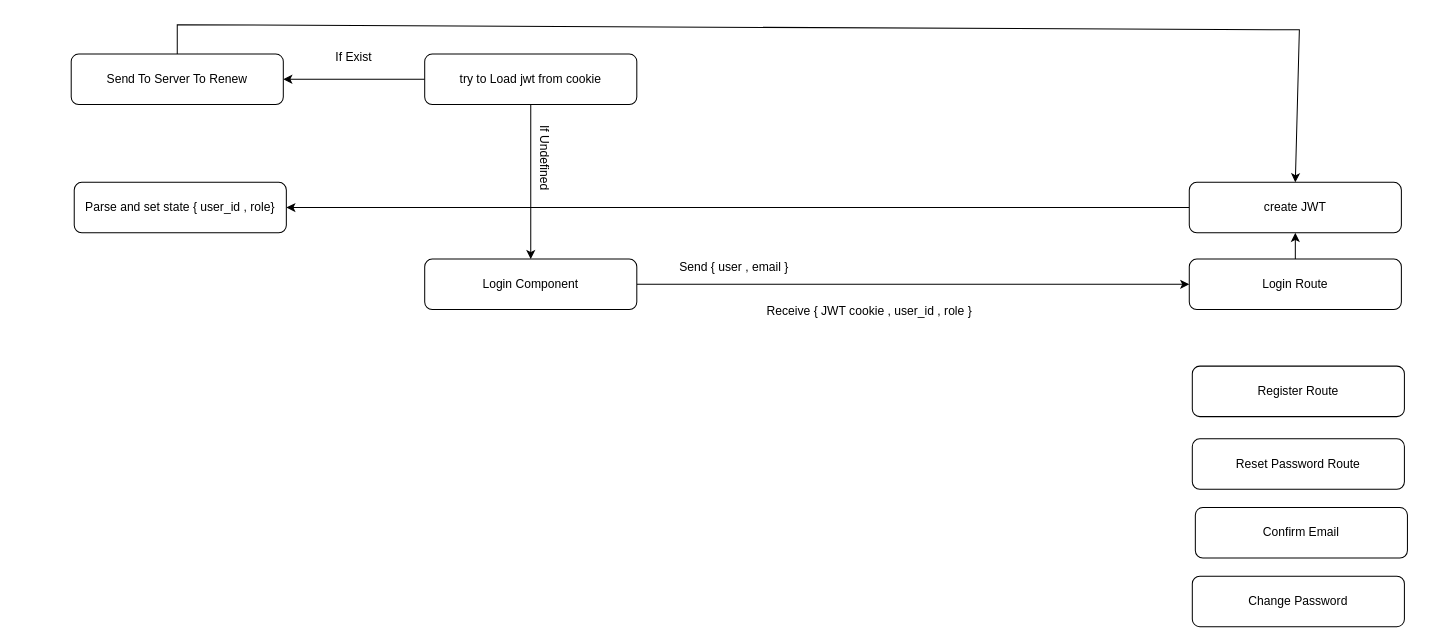
The draw.io diagram auth_system_.drawio in mahmoudkarsha/md, before the edit. Source tidied: cells renumbered, new cells numbered last; positions are measured from the earlier drawing's top-left corner, leaving out a move shared by most shapes. Both pictures are drawn from the tidied source at 101%, with x=0, y=0 at pixel (71, 24).
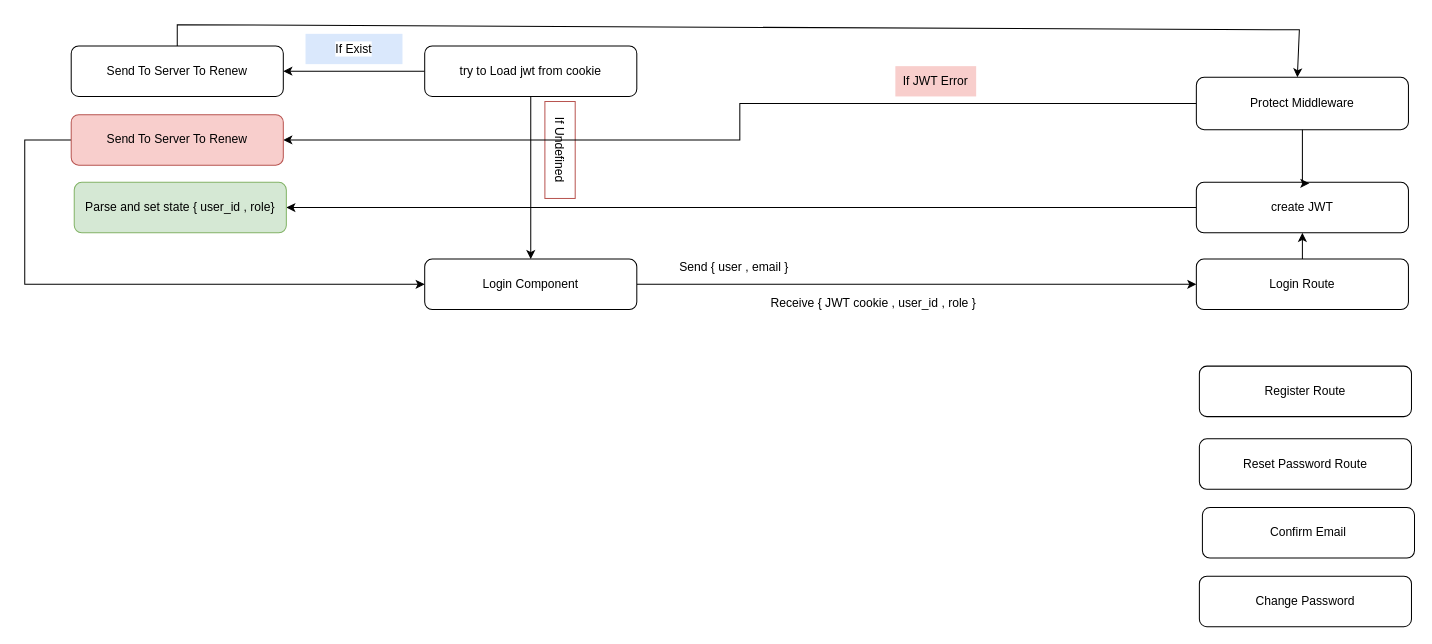
Above is the later version.

Unchanged cells that the change refers to:
```xml
<mxCell id="3" value="Login Component" style="rounded=1;whiteSpace=wrap;html=1;" parent="1" vertex="1">
  <mxGeometry x="350" y="232" width="210" height="50" as="geometry" />
</mxCell>
```

Change to the diagram source:
```diff
@@
     <mxCell id="5" value="Login Route" style="rounded=1;whiteSpace=wrap;html=1;" parent="1" vertex="1">
-      <mxGeometry x="1107" y="232" width="210" height="50" as="geometry" />
+      <mxGeometry x="1114" y="232" width="210" height="50" as="geometry" />
     </mxCell>
     <mxCell id="6" value="Register Route" style="rounded=1;whiteSpace=wrap;html=1;" parent="1" vertex="1">
-      <mxGeometry x="1110" y="338" width="210" height="50" as="geometry" />
+      <mxGeometry x="1117" y="338" width="210" height="50" as="geometry" />
     </mxCell>
     <mxCell id="7" value="Reset Password Route" style="rounded=1;whiteSpace=wrap;html=1;" parent="1" vertex="1">
-      <mxGeometry x="1110" y="410" width="210" height="50" as="geometry" />
+      <mxGeometry x="1117" y="410" width="210" height="50" as="geometry" />
     </mxCell>
     <mxCell id="8" value="Confirm Email" style="rounded=1;whiteSpace=wrap;html=1;" parent="1" vertex="1">
-      <mxGeometry x="1113" y="478" width="210" height="50" as="geometry" />
+      <mxGeometry x="1120" y="478" width="210" height="50" as="geometry" />
     </mxCell>
     <mxCell id="9" value="Change Password" style="rounded=1;whiteSpace=wrap;html=1;" parent="1" vertex="1">
-      <mxGeometry x="1110" y="546" width="210" height="50" as="geometry" />
+      <mxGeometry x="1117" y="546" width="210" height="50" as="geometry" />
     </mxCell>
@@
     <mxCell id="11" value="Receive { JWT cookie , user_id , role }" style="text;html=1;align=center;verticalAlign=middle;whiteSpace=wrap;rounded=0;fontFamily=Helvetica;fontSize=12;fontColor=default;labelBackgroundColor=default;rotation=0;" parent="1" vertex="1">
-      <mxGeometry x="658" y="269" width="265" height="30" as="geometry" />
+      <mxGeometry x="662" y="261" width="265" height="30" as="geometry" />
     </mxCell>
@@
     <mxCell id="13" style="edgeStyle=none;shape=connector;rounded=0;jettySize=auto;html=1;strokeColor=default;align=center;verticalAlign=middle;fontFamily=Helvetica;fontSize=12;fontColor=default;labelBackgroundColor=default;endArrow=classic;" parent="1" edge="1" source="14">
       <mxGeometry relative="1" as="geometry">
-        <mxPoint x="210" y="54" as="targetPoint" />
+        <mxPoint x="210" y="46" as="targetPoint" />
       </mxGeometry>
     </mxCell>
     <mxCell id="14" value="try to Load jwt from cookie" style="rounded=1;whiteSpace=wrap;html=1;" parent="1" vertex="1">
-      <mxGeometry x="350" y="29" width="210" height="50" as="geometry" />
+      <mxGeometry x="350" y="21" width="210" height="50" as="geometry" />
     </mxCell>
-    <mxCell id="15" value="If Undefined" style="text;html=1;align=center;verticalAlign=middle;whiteSpace=wrap;rounded=0;fontFamily=Helvetica;fontSize=12;fontColor=default;labelBackgroundColor=default;rotation=90;" parent="1" vertex="1">
-      <mxGeometry x="421" y="117" width="96" height="30" as="geometry" />
+    <mxCell id="15" value="If Undefined" style="text;html=1;align=center;verticalAlign=middle;whiteSpace=wrap;rounded=0;fontFamily=Helvetica;fontSize=12;labelBackgroundColor=default;rotation=90;fillColor=default;strokeColor=#b85450;" parent="1" vertex="1">
+      <mxGeometry x="436" y="109" width="96" height="30" as="geometry" />
     </mxCell>
-    <mxCell id="16" value="If Exist" style="text;html=1;align=center;verticalAlign=middle;whiteSpace=wrap;rounded=0;fontFamily=Helvetica;fontSize=12;fontColor=default;labelBackgroundColor=default;rotation=0;" parent="1" vertex="1">
-      <mxGeometry x="232" y="17" width="96" height="30" as="geometry" />
+    <mxCell id="16" value="If Exist" style="text;html=1;align=center;verticalAlign=middle;whiteSpace=wrap;rounded=0;fontFamily=Helvetica;fontSize=12;labelBackgroundColor=default;rotation=0;fillColor=#dae8fc;strokeColor=none;" parent="1" vertex="1">
+      <mxGeometry x="232" y="9" width="96" height="30" as="geometry" />
     </mxCell>
-    <mxCell id="17" style="edgeStyle=none;shape=connector;rounded=0;jettySize=auto;html=1;exitX=0.5;exitY=0;exitDx=0;exitDy=0;entryX=0.5;entryY=0;entryDx=0;entryDy=0;strokeColor=default;align=center;verticalAlign=middle;fontFamily=Helvetica;fontSize=12;fontColor=default;labelBackgroundColor=default;endArrow=classic;" parent="1" edge="1" source="18" target="20">
+    <mxCell id="17" style="edgeStyle=none;shape=connector;rounded=0;jettySize=auto;html=1;exitX=0.5;exitY=0;exitDx=0;exitDy=0;strokeColor=default;align=center;verticalAlign=middle;fontFamily=Helvetica;fontSize=12;fontColor=default;labelBackgroundColor=default;endArrow=classic;" parent="1" edge="1" source="18">
       <mxGeometry relative="1" as="geometry">
+        <mxPoint x="1214" y="52" as="targetPoint" />
         <Array as="points">
           <mxPoint x="105" />
           <mxPoint x="1216" y="5" />
         </Array>
       </mxGeometry>
     </mxCell>
     <mxCell id="18" value="Send To Server To Renew" style="rounded=1;whiteSpace=wrap;html=1;" parent="1" vertex="1">
-      <mxGeometry y="29" width="210" height="50" as="geometry" />
+      <mxGeometry y="21" width="210" height="50" as="geometry" />
     </mxCell>
@@
     <mxCell id="20" value="create JWT" style="rounded=1;whiteSpace=wrap;html=1;" parent="1" vertex="1">
-      <mxGeometry x="1107" y="156" width="210" height="50" as="geometry" />
+      <mxGeometry x="1114" y="156" width="210" height="50" as="geometry" />
     </mxCell>
-    <mxCell id="21" value="Parse and set state { user_id , role}" style="rounded=1;whiteSpace=wrap;html=1;" parent="1" vertex="1">
+    <mxCell id="21" value="Parse and set state { user_id , role}" style="rounded=1;whiteSpace=wrap;html=1;fillColor=#d5e8d4;strokeColor=#82b366;" parent="1" vertex="1">
       <mxGeometry x="3" y="156" width="210" height="50" as="geometry" />
     </mxCell>
+    <mxCell id="22" style="edgeStyle=orthogonalEdgeStyle;rounded=0;jettySize=auto;html=1;entryX=1;entryY=0.5;entryDx=0;entryDy=0;" parent="1" edge="1" source="23" target="26">
+      <mxGeometry relative="1" as="geometry" />
+    </mxCell>
+    <mxCell id="23" value="Protect Middleware" style="rounded=1;whiteSpace=wrap;html=1;" parent="1" vertex="1">
+      <mxGeometry x="1114" y="52" width="210" height="52" as="geometry" />
+    </mxCell>
+    <mxCell id="24" style="edgeStyle=orthogonalEdgeStyle;rounded=0;jettySize=auto;html=1;entryX=0.533;entryY=0.02;entryDx=0;entryDy=0;entryPerimeter=0;" parent="1" edge="1" source="23" target="20">
+      <mxGeometry relative="1" as="geometry">
+        <Array as="points">
+          <mxPoint x="1219" y="157" />
+        </Array>
+      </mxGeometry>
+    </mxCell>
+    <mxCell id="25" style="edgeStyle=orthogonalEdgeStyle;rounded=0;jettySize=auto;html=1;entryX=0;entryY=0.5;entryDx=0;entryDy=0;" parent="1" edge="1" source="26" target="3">
+      <mxGeometry relative="1" as="geometry">
+        <Array as="points">
+          <mxPoint x="-46" y="114" />
+          <mxPoint x="-46" y="257" />
+        </Array>
+      </mxGeometry>
+    </mxCell>
+    <mxCell id="26" value="Send To Server To Renew" style="rounded=1;whiteSpace=wrap;html=1;fillColor=#f8cecc;strokeColor=#b85450;" parent="1" vertex="1">
+      <mxGeometry y="89" width="210" height="50" as="geometry" />
+    </mxCell>
+    <mxCell id="27" value="If JWT Error" style="text;html=1;align=center;verticalAlign=middle;whiteSpace=wrap;rounded=0;fillColor=#f8cecc;strokeColor=none;" parent="1" vertex="1">
+      <mxGeometry x="816" y="41" width="80" height="30" as="geometry" />
+    </mxCell>
```
